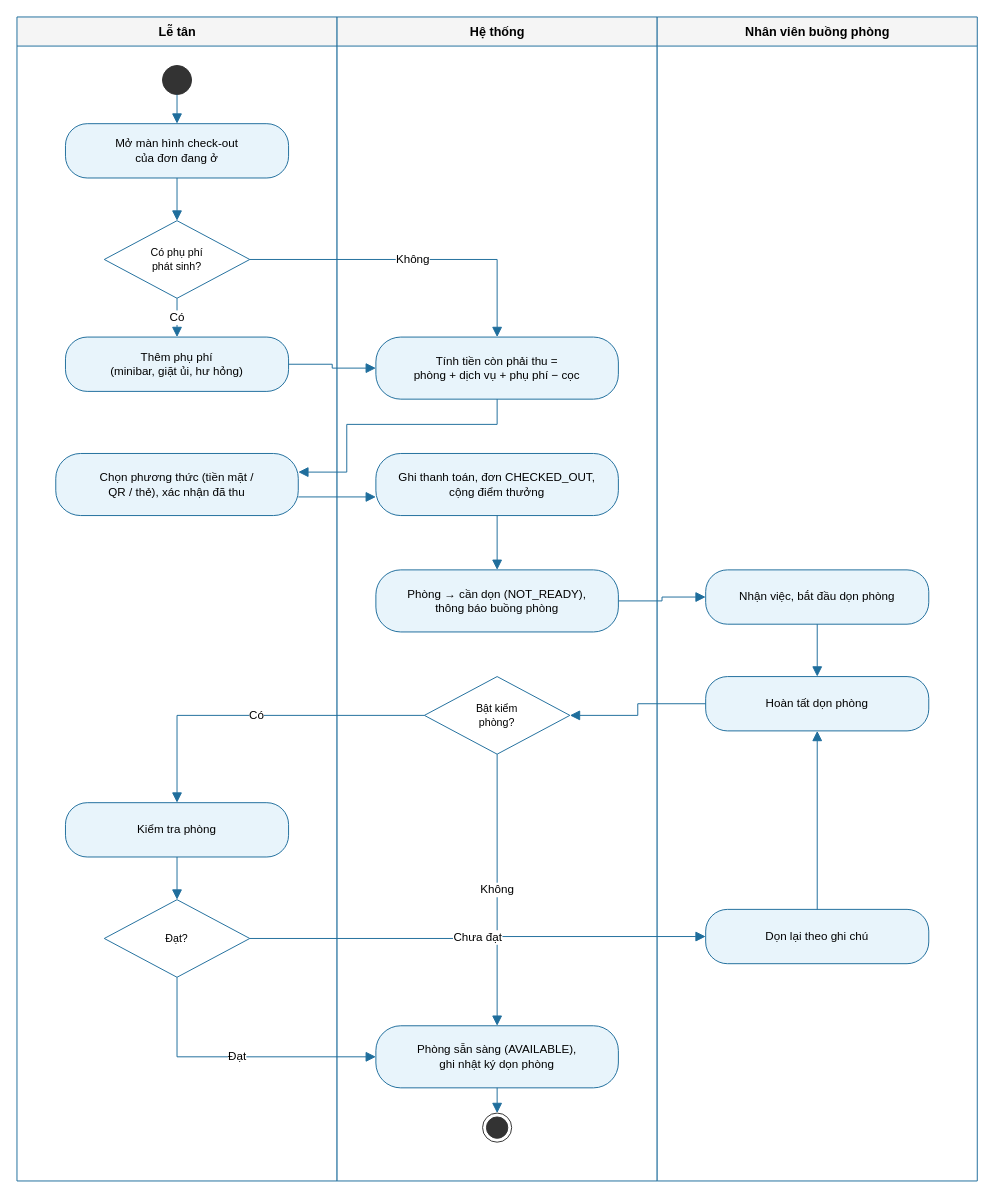
Before: docs/thiet-ke/hd-tra-phong-don-phong.drawio in ngynquchn2511/beach-hotel, a draw.io diagram. Source tidied: cells renumbered, new cells numbered last; positions are measured from the earlier drawing's top-left corner, leaving out a move shared by most shapes. Both pictures are drawn from the tidied source at 97%, with x=0, y=0 at pixel (16, 16).
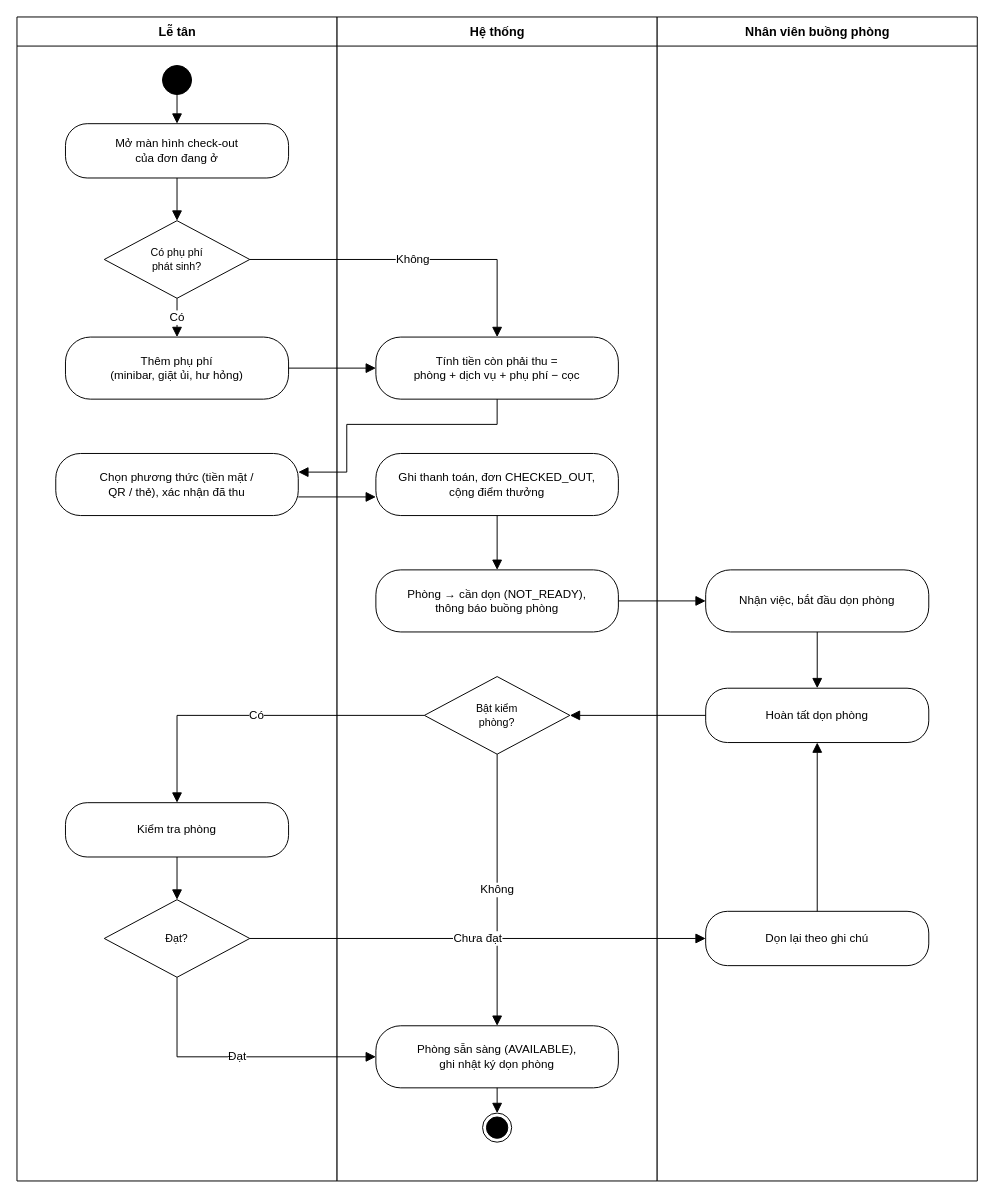
After the change.

Change to the diagram source:
```diff
@@
-    <mxCell id="2" value="Lễ tân" style="swimlane;horizontal=1;startSize=30;html=1;fillColor=#F5F5F5;strokeColor=#1F6E9C;fontSize=13;fontStyle=1;swimlaneFillColor=#FFFFFF;" parent="1" vertex="1">
+    <mxCell id="2" value="Lễ tân" style="swimlane;horizontal=1;startSize=30;html=1;fillColor=#FFFFFF;strokeColor=#000000;fontSize=13;fontStyle=1;swimlaneFillColor=#FFFFFF;" parent="1" vertex="1">
       <mxGeometry width="330" height="1200" as="geometry" />
     </mxCell>
-    <mxCell id="3" value="Hệ thống" style="swimlane;horizontal=1;startSize=30;html=1;fillColor=#F5F5F5;strokeColor=#1F6E9C;fontSize=13;fontStyle=1;swimlaneFillColor=#FFFFFF;" parent="1" vertex="1">
+    <mxCell id="3" value="Hệ thống" style="swimlane;horizontal=1;startSize=30;html=1;fillColor=#FFFFFF;strokeColor=#000000;fontSize=13;fontStyle=1;swimlaneFillColor=#FFFFFF;" parent="1" vertex="1">
       <mxGeometry x="330" width="330" height="1200" as="geometry" />
     </mxCell>
-    <mxCell id="4" value="Nhân viên buồng phòng" style="swimlane;horizontal=1;startSize=30;html=1;fillColor=#F5F5F5;strokeColor=#1F6E9C;fontSize=13;fontStyle=1;swimlaneFillColor=#FFFFFF;" parent="1" vertex="1">
+    <mxCell id="4" value="Nhân viên buồng phòng" style="swimlane;horizontal=1;startSize=30;html=1;fillColor=#FFFFFF;strokeColor=#000000;fontSize=13;fontStyle=1;swimlaneFillColor=#FFFFFF;" parent="1" vertex="1">
       <mxGeometry x="660" width="330" height="1200" as="geometry" />
     </mxCell>
-    <mxCell id="5" style="ellipse;html=1;fillColor=#333333;strokeColor=#333333;" parent="1" vertex="1">
+    <mxCell id="5" style="ellipse;html=1;fillColor=#000000;strokeColor=#000000;" parent="1" vertex="1">
       <mxGeometry x="150" y="50" width="30" height="30" as="geometry" />
     </mxCell>
-    <mxCell id="6" value="Mở màn hình check-out&lt;br&gt;của đơn đang ở" style="rounded=1;whiteSpace=wrap;html=1;arcSize=40;fillColor=#E8F4FB;strokeColor=#1F6E9C;fontSize=12;" parent="1" vertex="1">
+    <mxCell id="6" value="Mở màn hình check-out&lt;br&gt;của đơn đang ở" style="rounded=1;whiteSpace=wrap;html=1;arcSize=40;fillColor=#FFFFFF;strokeColor=#000000;fontSize=12;" parent="1" vertex="1">
       <mxGeometry x="50" y="110" width="230" height="56" as="geometry" />
     </mxCell>
-    <mxCell id="7" value="Có phụ phí&lt;br&gt;phát sinh?" style="rhombus;whiteSpace=wrap;html=1;fillColor=#FFFFFF;strokeColor=#1F6E9C;fontSize=11;" parent="1" vertex="1">
+    <mxCell id="7" value="Có phụ phí&lt;br&gt;phát sinh?" style="rhombus;whiteSpace=wrap;html=1;fillColor=#FFFFFF;strokeColor=#000000;fontSize=11;" parent="1" vertex="1">
       <mxGeometry x="90" y="210" width="150" height="80" as="geometry" />
     </mxCell>
-    <mxCell id="8" value="Thêm phụ phí&lt;br&gt;(minibar, giặt ủi, hư hỏng)" style="rounded=1;whiteSpace=wrap;html=1;arcSize=40;fillColor=#E8F4FB;strokeColor=#1F6E9C;fontSize=12;" parent="1" vertex="1">
-      <mxGeometry x="50" y="330" width="230" height="56" as="geometry" />
+    <mxCell id="8" value="Thêm phụ phí&lt;br&gt;(minibar, giặt ủi, hư hỏng)" style="rounded=1;whiteSpace=wrap;html=1;arcSize=40;fillColor=#FFFFFF;strokeColor=#000000;fontSize=12;" parent="1" vertex="1">
+      <mxGeometry x="50" y="330" width="230" height="64" as="geometry" />
     </mxCell>
-    <mxCell id="9" value="Tính tiền còn phải thu =&lt;br&gt;phòng + dịch vụ + phụ phí − cọc" style="rounded=1;whiteSpace=wrap;html=1;arcSize=40;fillColor=#E8F4FB;strokeColor=#1F6E9C;fontSize=12;" parent="1" vertex="1">
+    <mxCell id="9" value="Tính tiền còn phải thu =&lt;br&gt;phòng + dịch vụ + phụ phí − cọc" style="rounded=1;whiteSpace=wrap;html=1;arcSize=40;fillColor=#FFFFFF;strokeColor=#000000;fontSize=12;" parent="1" vertex="1">
       <mxGeometry x="370" y="330" width="250" height="64" as="geometry" />
     </mxCell>
-    <mxCell id="10" value="Chọn phương thức (tiền mặt /&lt;br&gt;QR / thẻ), xác nhận đã thu" style="rounded=1;whiteSpace=wrap;html=1;arcSize=40;fillColor=#E8F4FB;strokeColor=#1F6E9C;fontSize=12;" parent="1" vertex="1">
+    <mxCell id="10" value="Chọn phương thức (tiền mặt /&lt;br&gt;QR / thẻ), xác nhận đã thu" style="rounded=1;whiteSpace=wrap;html=1;arcSize=40;fillColor=#FFFFFF;strokeColor=#000000;fontSize=12;" parent="1" vertex="1">
       <mxGeometry x="40" y="450" width="250" height="64" as="geometry" />
     </mxCell>
-    <mxCell id="11" value="Ghi thanh toán, đơn CHECKED_OUT,&lt;br&gt;cộng điểm thưởng" style="rounded=1;whiteSpace=wrap;html=1;arcSize=40;fillColor=#E8F4FB;strokeColor=#1F6E9C;fontSize=12;" parent="1" vertex="1">
+    <mxCell id="11" value="Ghi thanh toán, đơn CHECKED_OUT,&lt;br&gt;cộng điểm thưởng" style="rounded=1;whiteSpace=wrap;html=1;arcSize=40;fillColor=#FFFFFF;strokeColor=#000000;fontSize=12;" parent="1" vertex="1">
       <mxGeometry x="370" y="450" width="250" height="64" as="geometry" />
     </mxCell>
-    <mxCell id="12" value="Phòng → cần dọn (NOT_READY),&lt;br&gt;thông báo buồng phòng" style="rounded=1;whiteSpace=wrap;html=1;arcSize=40;fillColor=#E8F4FB;strokeColor=#1F6E9C;fontSize=12;" parent="1" vertex="1">
+    <mxCell id="12" value="Phòng → cần dọn (NOT_READY),&lt;br&gt;thông báo buồng phòng" style="rounded=1;whiteSpace=wrap;html=1;arcSize=40;fillColor=#FFFFFF;strokeColor=#000000;fontSize=12;" parent="1" vertex="1">
       <mxGeometry x="370" y="570" width="250" height="64" as="geometry" />
     </mxCell>
-    <mxCell id="13" value="Nhận việc, bắt đầu dọn phòng" style="rounded=1;whiteSpace=wrap;html=1;arcSize=40;fillColor=#E8F4FB;strokeColor=#1F6E9C;fontSize=12;" parent="1" vertex="1">
-      <mxGeometry x="710" y="570" width="230" height="56" as="geometry" />
+    <mxCell id="13" value="Nhận việc, bắt đầu dọn phòng" style="rounded=1;whiteSpace=wrap;html=1;arcSize=40;fillColor=#FFFFFF;strokeColor=#000000;fontSize=12;" parent="1" vertex="1">
+      <mxGeometry x="710" y="570" width="230" height="64" as="geometry" />
     </mxCell>
-    <mxCell id="14" value="Hoàn tất dọn phòng" style="rounded=1;whiteSpace=wrap;html=1;arcSize=40;fillColor=#E8F4FB;strokeColor=#1F6E9C;fontSize=12;" parent="1" vertex="1">
-      <mxGeometry x="710" y="680" width="230" height="56" as="geometry" />
+    <mxCell id="14" value="Hoàn tất dọn phòng" style="rounded=1;whiteSpace=wrap;html=1;arcSize=40;fillColor=#FFFFFF;strokeColor=#000000;fontSize=12;" parent="1" vertex="1">
+      <mxGeometry x="710" y="692" width="230" height="56" as="geometry" />
     </mxCell>
-    <mxCell id="15" value="Bật kiểm&lt;br&gt;phòng?" style="rhombus;whiteSpace=wrap;html=1;fillColor=#FFFFFF;strokeColor=#1F6E9C;fontSize=11;" parent="1" vertex="1">
+    <mxCell id="15" value="Bật kiểm&lt;br&gt;phòng?" style="rhombus;whiteSpace=wrap;html=1;fillColor=#FFFFFF;strokeColor=#000000;fontSize=11;" parent="1" vertex="1">
       <mxGeometry x="420" y="680" width="150" height="80" as="geometry" />
     </mxCell>
-    <mxCell id="16" value="Kiểm tra phòng" style="rounded=1;whiteSpace=wrap;html=1;arcSize=40;fillColor=#E8F4FB;strokeColor=#1F6E9C;fontSize=12;" parent="1" vertex="1">
+    <mxCell id="16" value="Kiểm tra phòng" style="rounded=1;whiteSpace=wrap;html=1;arcSize=40;fillColor=#FFFFFF;strokeColor=#000000;fontSize=12;" parent="1" vertex="1">
       <mxGeometry x="50" y="810" width="230" height="56" as="geometry" />
     </mxCell>
-    <mxCell id="17" value="Đạt?" style="rhombus;whiteSpace=wrap;html=1;fillColor=#FFFFFF;strokeColor=#1F6E9C;fontSize=11;" parent="1" vertex="1">
+    <mxCell id="17" value="Đạt?" style="rhombus;whiteSpace=wrap;html=1;fillColor=#FFFFFF;strokeColor=#000000;fontSize=11;" parent="1" vertex="1">
       <mxGeometry x="90" y="910" width="150" height="80" as="geometry" />
     </mxCell>
-    <mxCell id="18" value="Dọn lại theo ghi chú" style="rounded=1;whiteSpace=wrap;html=1;arcSize=40;fillColor=#E8F4FB;strokeColor=#1F6E9C;fontSize=12;" parent="1" vertex="1">
-      <mxGeometry x="710" y="920" width="230" height="56" as="geometry" />
+    <mxCell id="18" value="Dọn lại theo ghi chú" style="rounded=1;whiteSpace=wrap;html=1;arcSize=40;fillColor=#FFFFFF;strokeColor=#000000;fontSize=12;" parent="1" vertex="1">
+      <mxGeometry x="710" y="922" width="230" height="56" as="geometry" />
     </mxCell>
-    <mxCell id="19" value="Phòng sẵn sàng (AVAILABLE),&lt;br&gt;ghi nhật ký dọn phòng" style="rounded=1;whiteSpace=wrap;html=1;arcSize=40;fillColor=#E8F4FB;strokeColor=#1F6E9C;fontSize=12;" parent="1" vertex="1">
+    <mxCell id="19" value="Phòng sẵn sàng (AVAILABLE),&lt;br&gt;ghi nhật ký dọn phòng" style="rounded=1;whiteSpace=wrap;html=1;arcSize=40;fillColor=#FFFFFF;strokeColor=#000000;fontSize=12;" parent="1" vertex="1">
       <mxGeometry x="370" y="1040" width="250" height="64" as="geometry" />
     </mxCell>
-    <mxCell id="20" style="ellipse;html=1;shape=endState;fillColor=#333333;strokeColor=#333333;" parent="1" vertex="1">
+    <mxCell id="20" style="ellipse;html=1;shape=endState;fillColor=#000000;strokeColor=#000000;" parent="1" vertex="1">
       <mxGeometry x="480" y="1130" width="30" height="30" as="geometry" />
     </mxCell>
-    <mxCell id="21" style="edgeStyle=orthogonalEdgeStyle;rounded=0;html=1;endArrow=block;endFill=1;endSize=8;strokeColor=#1F6E9C;fontSize=12;labelBackgroundColor=#FFFFFF;" parent="1" edge="1" source="5" target="6">
+    <mxCell id="21" style="edgeStyle=orthogonalEdgeStyle;rounded=0;html=1;endArrow=block;endFill=1;endSize=8;strokeColor=#000000;fontSize=12;labelBackgroundColor=#FFFFFF;" parent="1" edge="1" source="5" target="6">
       <mxGeometry relative="1" as="geometry" />
     </mxCell>
-    <mxCell id="22" style="edgeStyle=orthogonalEdgeStyle;rounded=0;html=1;endArrow=block;endFill=1;endSize=8;strokeColor=#1F6E9C;fontSize=12;labelBackgroundColor=#FFFFFF;" parent="1" edge="1" source="6" target="7">
+    <mxCell id="22" style="edgeStyle=orthogonalEdgeStyle;rounded=0;html=1;endArrow=block;endFill=1;endSize=8;strokeColor=#000000;fontSize=12;labelBackgroundColor=#FFFFFF;" parent="1" edge="1" source="6" target="7">
       <mxGeometry relative="1" as="geometry" />
     </mxCell>
-    <mxCell id="23" style="edgeStyle=orthogonalEdgeStyle;rounded=0;html=1;endArrow=block;endFill=1;endSize=8;strokeColor=#1F6E9C;fontSize=12;labelBackgroundColor=#FFFFFF;" parent="1" edge="1" source="11" target="12">
+    <mxCell id="23" style="edgeStyle=orthogonalEdgeStyle;rounded=0;html=1;endArrow=block;endFill=1;endSize=8;strokeColor=#000000;fontSize=12;labelBackgroundColor=#FFFFFF;" parent="1" edge="1" source="11" target="12">
       <mxGeometry relative="1" as="geometry" />
     </mxCell>
-    <mxCell id="24" style="edgeStyle=orthogonalEdgeStyle;rounded=0;html=1;endArrow=block;endFill=1;endSize=8;strokeColor=#1F6E9C;fontSize=12;labelBackgroundColor=#FFFFFF;" parent="1" edge="1" source="13" target="14">
+    <mxCell id="24" style="edgeStyle=orthogonalEdgeStyle;rounded=0;html=1;endArrow=block;endFill=1;endSize=8;strokeColor=#000000;fontSize=12;labelBackgroundColor=#FFFFFF;" parent="1" edge="1" source="13" target="14">
       <mxGeometry relative="1" as="geometry" />
     </mxCell>
-    <mxCell id="25" style="edgeStyle=orthogonalEdgeStyle;rounded=0;html=1;endArrow=block;endFill=1;endSize=8;strokeColor=#1F6E9C;fontSize=12;labelBackgroundColor=#FFFFFF;" parent="1" edge="1" source="16" target="17">
+    <mxCell id="25" style="edgeStyle=orthogonalEdgeStyle;rounded=0;html=1;endArrow=block;endFill=1;endSize=8;strokeColor=#000000;fontSize=12;labelBackgroundColor=#FFFFFF;" parent="1" edge="1" source="16" target="17">
       <mxGeometry relative="1" as="geometry" />
     </mxCell>
-    <mxCell id="26" style="edgeStyle=orthogonalEdgeStyle;rounded=0;html=1;endArrow=block;endFill=1;endSize=8;strokeColor=#1F6E9C;fontSize=12;labelBackgroundColor=#FFFFFF;" parent="1" edge="1" source="19" target="20">
+    <mxCell id="26" style="edgeStyle=orthogonalEdgeStyle;rounded=0;html=1;endArrow=block;endFill=1;endSize=8;strokeColor=#000000;fontSize=12;labelBackgroundColor=#FFFFFF;" parent="1" edge="1" source="19" target="20">
       <mxGeometry relative="1" as="geometry" />
     </mxCell>
-    <mxCell id="27" style="edgeStyle=orthogonalEdgeStyle;rounded=0;html=1;endArrow=block;endFill=1;endSize=8;strokeColor=#1F6E9C;fontSize=12;labelBackgroundColor=#FFFFFF;exitX=1;exitY=0.5;exitDx=0;exitDy=0;entryX=0;entryY=0.5;entryDx=0;entryDy=0;" parent="1" edge="1" source="8" target="9">
+    <mxCell id="27" style="edgeStyle=orthogonalEdgeStyle;rounded=0;html=1;endArrow=block;endFill=1;endSize=8;strokeColor=#000000;fontSize=12;labelBackgroundColor=#FFFFFF;exitX=1;exitY=0.5;exitDx=0;exitDy=0;entryX=0;entryY=0.5;entryDx=0;entryDy=0;" parent="1" edge="1" source="8" target="9">
       <mxGeometry relative="1" as="geometry" />
     </mxCell>
-    <mxCell id="28" style="edgeStyle=orthogonalEdgeStyle;rounded=0;html=1;endArrow=block;endFill=1;endSize=8;strokeColor=#1F6E9C;fontSize=12;labelBackgroundColor=#FFFFFF;exitX=0.5;exitY=1;exitDx=0;exitDy=0;entryX=1;entryY=0.3;entryDx=0;entryDy=0;" parent="1" edge="1" source="9" target="10">
+    <mxCell id="28" style="edgeStyle=orthogonalEdgeStyle;rounded=0;html=1;endArrow=block;endFill=1;endSize=8;strokeColor=#000000;fontSize=12;labelBackgroundColor=#FFFFFF;exitX=0.5;exitY=1;exitDx=0;exitDy=0;entryX=1;entryY=0.3;entryDx=0;entryDy=0;" parent="1" edge="1" source="9" target="10">
       <mxGeometry relative="1" as="geometry">
         <Array as="points">
           <mxPoint x="495" y="420" />
           <mxPoint x="340" y="420" />
           <mxPoint x="340" y="469" />
         </Array>
       </mxGeometry>
     </mxCell>
-    <mxCell id="29" style="edgeStyle=orthogonalEdgeStyle;rounded=0;html=1;endArrow=block;endFill=1;endSize=8;strokeColor=#1F6E9C;fontSize=12;labelBackgroundColor=#FFFFFF;exitX=1;exitY=0.7;exitDx=0;exitDy=0;entryX=0;entryY=0.7;entryDx=0;entryDy=0;" parent="1" edge="1" source="10" target="11">
+    <mxCell id="29" style="edgeStyle=orthogonalEdgeStyle;rounded=0;html=1;endArrow=block;endFill=1;endSize=8;strokeColor=#000000;fontSize=12;labelBackgroundColor=#FFFFFF;exitX=1;exitY=0.7;exitDx=0;exitDy=0;entryX=0;entryY=0.7;entryDx=0;entryDy=0;" parent="1" edge="1" source="10" target="11">
       <mxGeometry relative="1" as="geometry" />
     </mxCell>
-    <mxCell id="30" style="edgeStyle=orthogonalEdgeStyle;rounded=0;html=1;endArrow=block;endFill=1;endSize=8;strokeColor=#1F6E9C;fontSize=12;labelBackgroundColor=#FFFFFF;exitX=1;exitY=0.5;exitDx=0;exitDy=0;entryX=0;entryY=0.5;entryDx=0;entryDy=0;" parent="1" edge="1" source="12" target="13">
+    <mxCell id="30" style="edgeStyle=orthogonalEdgeStyle;rounded=0;html=1;endArrow=block;endFill=1;endSize=8;strokeColor=#000000;fontSize=12;labelBackgroundColor=#FFFFFF;exitX=1;exitY=0.5;exitDx=0;exitDy=0;entryX=0;entryY=0.5;entryDx=0;entryDy=0;" parent="1" edge="1" source="12" target="13">
       <mxGeometry relative="1" as="geometry" />
     </mxCell>
-    <mxCell id="31" style="edgeStyle=orthogonalEdgeStyle;rounded=0;html=1;endArrow=block;endFill=1;endSize=8;strokeColor=#1F6E9C;fontSize=12;labelBackgroundColor=#FFFFFF;exitX=0;exitY=0.5;exitDx=0;exitDy=0;entryX=1;entryY=0.5;entryDx=0;entryDy=0;" parent="1" edge="1" source="14" target="15">
+    <mxCell id="31" style="edgeStyle=orthogonalEdgeStyle;rounded=0;html=1;endArrow=block;endFill=1;endSize=8;strokeColor=#000000;fontSize=12;labelBackgroundColor=#FFFFFF;exitX=0;exitY=0.5;exitDx=0;exitDy=0;entryX=1;entryY=0.5;entryDx=0;entryDy=0;" parent="1" edge="1" source="14" target="15">
       <mxGeometry relative="1" as="geometry" />
     </mxCell>
-    <mxCell id="32" value="Có" style="edgeStyle=orthogonalEdgeStyle;rounded=0;html=1;endArrow=block;endFill=1;endSize=8;strokeColor=#1F6E9C;fontSize=12;labelBackgroundColor=#FFFFFF;" parent="1" edge="1" source="7" target="8">
+    <mxCell id="32" value="Có" style="edgeStyle=orthogonalEdgeStyle;rounded=0;html=1;endArrow=block;endFill=1;endSize=8;strokeColor=#000000;fontSize=12;labelBackgroundColor=#FFFFFF;" parent="1" edge="1" source="7" target="8">
       <mxGeometry relative="1" as="geometry" />
     </mxCell>
-    <mxCell id="33" value="Không" style="edgeStyle=orthogonalEdgeStyle;rounded=0;html=1;endArrow=block;endFill=1;endSize=8;strokeColor=#1F6E9C;fontSize=12;labelBackgroundColor=#FFFFFF;exitX=1;exitY=0.5;exitDx=0;exitDy=0;entryX=0.5;entryY=0;entryDx=0;entryDy=0;" parent="1" edge="1" source="7" target="9">
+    <mxCell id="33" value="Không" style="edgeStyle=orthogonalEdgeStyle;rounded=0;html=1;endArrow=block;endFill=1;endSize=8;strokeColor=#000000;fontSize=12;labelBackgroundColor=#FFFFFF;exitX=1;exitY=0.5;exitDx=0;exitDy=0;entryX=0.5;entryY=0;entryDx=0;entryDy=0;" parent="1" edge="1" source="7" target="9">
       <mxGeometry relative="1" as="geometry" />
     </mxCell>
-    <mxCell id="34" value="Có" style="edgeStyle=orthogonalEdgeStyle;rounded=0;html=1;endArrow=block;endFill=1;endSize=8;strokeColor=#1F6E9C;fontSize=12;labelBackgroundColor=#FFFFFF;" parent="1" edge="1" source="15" target="16">
+    <mxCell id="34" value="Có" style="edgeStyle=orthogonalEdgeStyle;rounded=0;html=1;endArrow=block;endFill=1;endSize=8;strokeColor=#000000;fontSize=12;labelBackgroundColor=#FFFFFF;" parent="1" edge="1" source="15" target="16">
       <mxGeometry relative="1" as="geometry" />
     </mxCell>
-    <mxCell id="35" value="Không" style="edgeStyle=orthogonalEdgeStyle;rounded=0;html=1;endArrow=block;endFill=1;endSize=8;strokeColor=#1F6E9C;fontSize=12;labelBackgroundColor=#FFFFFF;" parent="1" edge="1" source="15" target="19">
+    <mxCell id="35" value="Không" style="edgeStyle=orthogonalEdgeStyle;rounded=0;html=1;endArrow=block;endFill=1;endSize=8;strokeColor=#000000;fontSize=12;labelBackgroundColor=#FFFFFF;" parent="1" edge="1" source="15" target="19">
       <mxGeometry relative="1" as="geometry" />
     </mxCell>
-    <mxCell id="36" value="Đạt" style="edgeStyle=orthogonalEdgeStyle;rounded=0;html=1;endArrow=block;endFill=1;endSize=8;strokeColor=#1F6E9C;fontSize=12;labelBackgroundColor=#FFFFFF;exitX=0.5;exitY=1;exitDx=0;exitDy=0;entryX=0;entryY=0.5;entryDx=0;entryDy=0;" parent="1" edge="1" source="17" target="19">
+    <mxCell id="36" value="Đạt" style="edgeStyle=orthogonalEdgeStyle;rounded=0;html=1;endArrow=block;endFill=1;endSize=8;strokeColor=#000000;fontSize=12;labelBackgroundColor=#FFFFFF;exitX=0.5;exitY=1;exitDx=0;exitDy=0;entryX=0;entryY=0.5;entryDx=0;entryDy=0;" parent="1" edge="1" source="17" target="19">
       <mxGeometry relative="1" as="geometry" />
     </mxCell>
-    <mxCell id="37" value="Chưa đạt" style="edgeStyle=orthogonalEdgeStyle;rounded=0;html=1;endArrow=block;endFill=1;endSize=8;strokeColor=#1F6E9C;fontSize=12;labelBackgroundColor=#FFFFFF;" parent="1" edge="1" source="17" target="18">
+    <mxCell id="37" value="Chưa đạt" style="edgeStyle=orthogonalEdgeStyle;rounded=0;html=1;endArrow=block;endFill=1;endSize=8;strokeColor=#000000;fontSize=12;labelBackgroundColor=#FFFFFF;" parent="1" edge="1" source="17" target="18">
       <mxGeometry relative="1" as="geometry" />
     </mxCell>
-    <mxCell id="38" style="edgeStyle=orthogonalEdgeStyle;rounded=0;html=1;endArrow=block;endFill=1;endSize=8;strokeColor=#1F6E9C;fontSize=12;labelBackgroundColor=#FFFFFF;exitX=0.5;exitY=0;exitDx=0;exitDy=0;entryX=0.5;entryY=1;entryDx=0;entryDy=0;" parent="1" edge="1" source="18" target="14">
+    <mxCell id="38" style="edgeStyle=orthogonalEdgeStyle;rounded=0;html=1;endArrow=block;endFill=1;endSize=8;strokeColor=#000000;fontSize=12;labelBackgroundColor=#FFFFFF;exitX=0.5;exitY=0;exitDx=0;exitDy=0;entryX=0.5;entryY=1;entryDx=0;entryDy=0;" parent="1" edge="1" source="18" target="14">
       <mxGeometry relative="1" as="geometry" />
     </mxCell>
```
